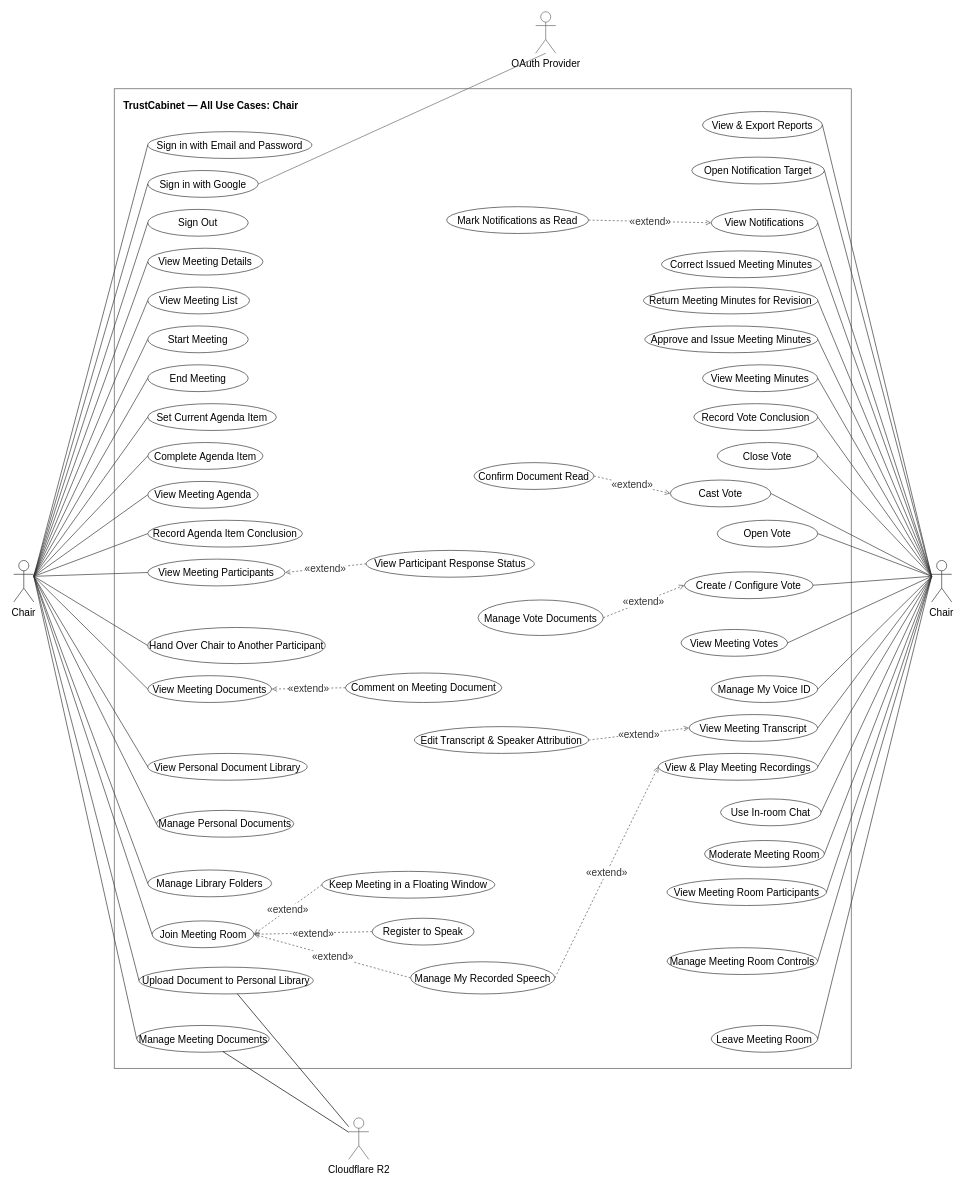
callmehai/FU-FA26-G116 keeps this draw.io diagram as page "Chair" (4 of 7) of docs/14-uc-diagram/trustcabinet-use-cases.drawio. Above is the earlier version. Source tidied: cells renumbered, new cells numbered last; positions are measured from the earlier drawing's top-left corner, leaving out a move shared by most shapes. Both pictures are drawn from the tidied source at 67%, with x=0, y=0 at pixel (13, 11).
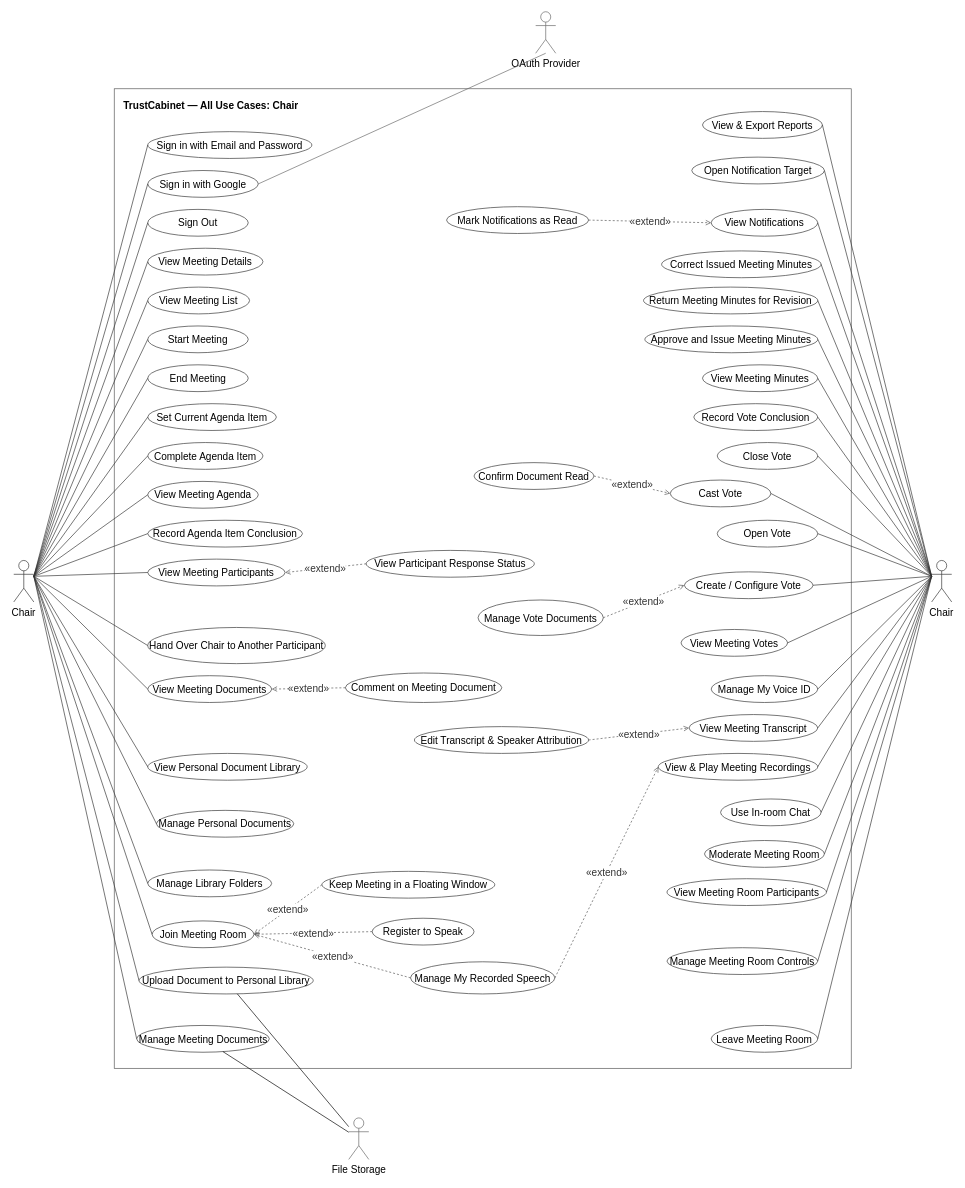
The same diagram, later.

Commit message (it also covers changes not shown here):
[Docs] UC diagram: actor Cloudflare R2 → File Storage theo PR #529 / ADR-0084 (giữ id cloudflare-r2), xuất lại 6 ảnh, thay ảnh Report 3 §4.3, README

The edit, as a diff of the source:
```diff
@@
-    <mxCell id="58" value="Cloudflare R2" style="shape=umlActor;verticalLabelPosition=bottom;verticalAlign=top;html=1;outlineConnect=0;fillColor=#ffffff;strokeColor=#666666;fontSize=15;" parent="1" vertex="1">
+    <mxCell id="58" value="File Storage" style="shape=umlActor;verticalLabelPosition=bottom;verticalAlign=top;html=1;outlineConnect=0;fillColor=#ffffff;strokeColor=#666666;fontSize=15;" parent="1" vertex="1">
       <mxGeometry x="500" y="1651" width="30" height="62" as="geometry" />
     </mxCell>
```
